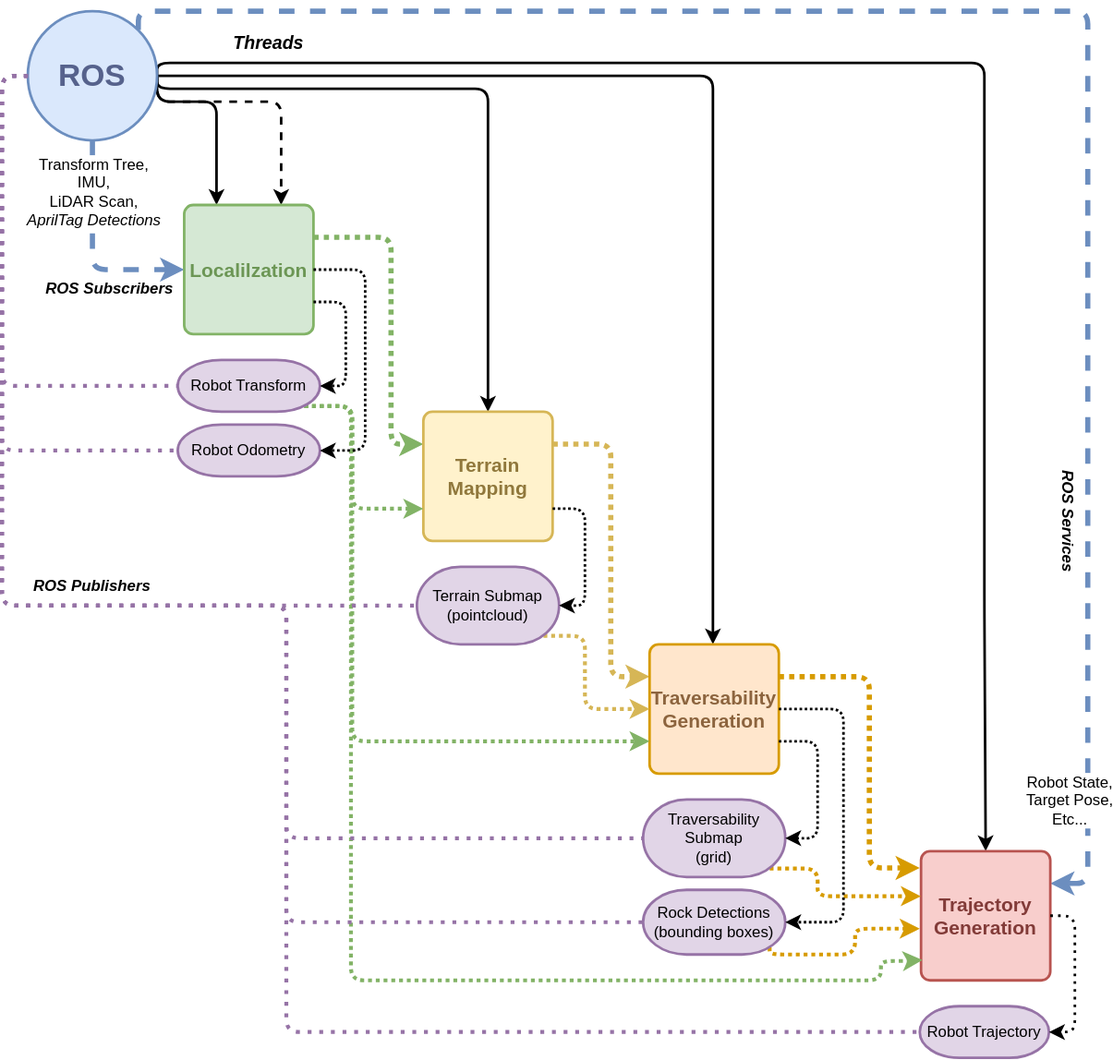
The draw.io diagram doc/cardinal-perception-v050-overview.svg in Cardinal-Space-Mining/Cardinal-Perception, before a commit. Source tidied: cells renumbered, new cells last; positions are measured from the earlier drawing's top-left corner, leaving out a move shared by most shapes.
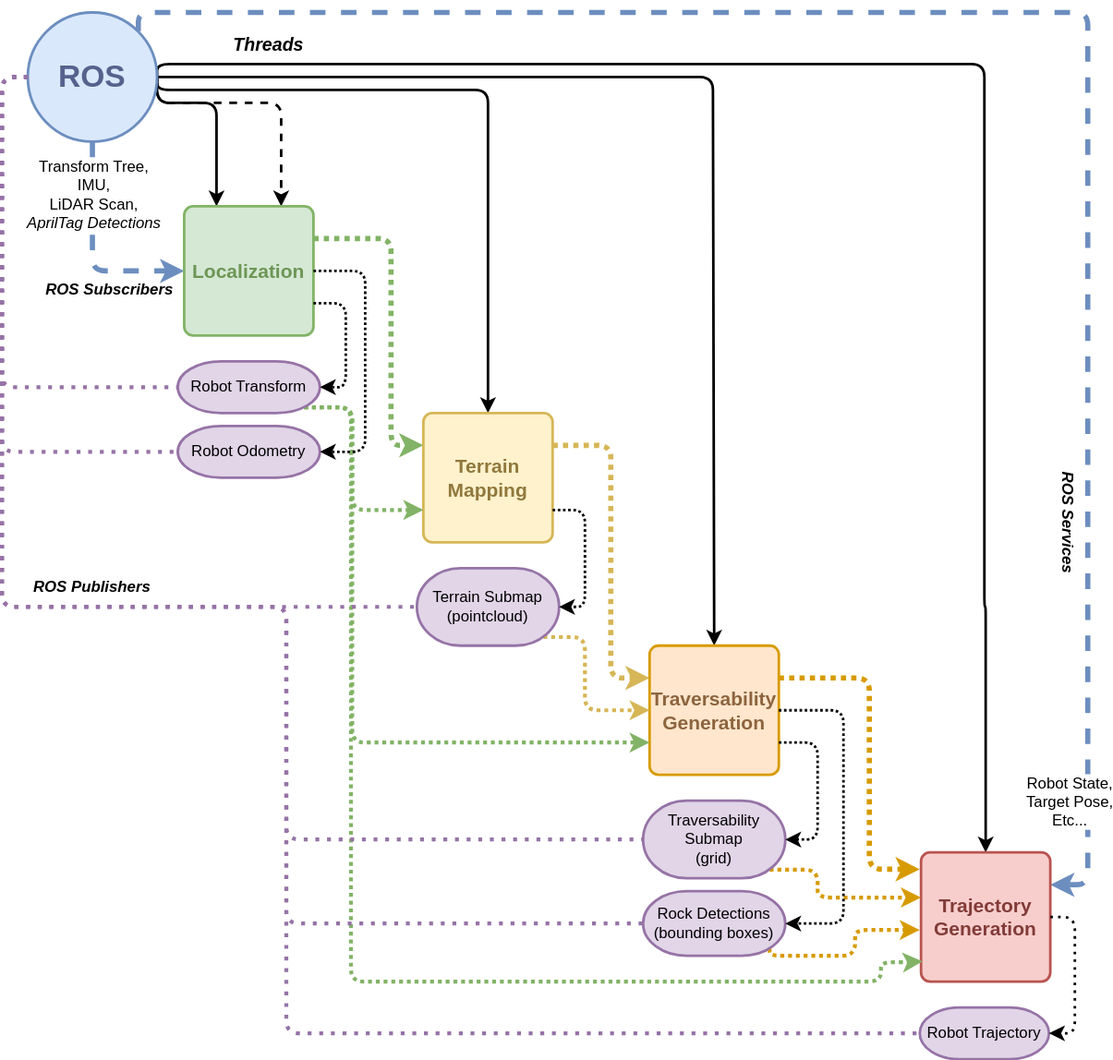
Later version of the same file.

The edit, as a diff of the source:
```diff
@@ -83,7 +83,7 @@
         </Array>
       </mxGeometry>
     </mxCell>
-    <mxCell id="13" value="&lt;b&gt;&lt;font style=&quot;color: rgb(108, 150, 85); font-size: 15px;&quot;&gt;Localilzation&lt;/font&gt;&lt;/b&gt;" style="rounded=1;whiteSpace=wrap;html=1;absoluteArcSize=1;arcSize=14;strokeWidth=2;fillColor=#d5e8d4;strokeColor=#82b366;" parent="1" vertex="1">
+    <mxCell id="13" value="&lt;b&gt;&lt;font style=&quot;color: rgb(108, 150, 85); font-size: 15px;&quot;&gt;Localization&lt;/font&gt;&lt;/b&gt;" style="rounded=1;whiteSpace=wrap;html=1;absoluteArcSize=1;arcSize=14;strokeWidth=2;fillColor=#d5e8d4;strokeColor=#82b366;" parent="1" vertex="1">
       <mxGeometry x="141" y="150" width="100" height="100" as="geometry" />
     </mxCell>
     <mxCell id="14" style="edgeStyle=orthogonalEdgeStyle;rounded=1;jettySize=auto;html=1;exitX=1;exitY=0.25;exitDx=0;exitDy=0;entryX=0;entryY=0.25;entryDx=0;entryDy=0;dashed=1;dashPattern=1 1;strokeWidth=4;strokeColor=#d6b656;curved=0;fillColor=#fff2cc;" parent="1" edge="1" source="15" target="17">
```
